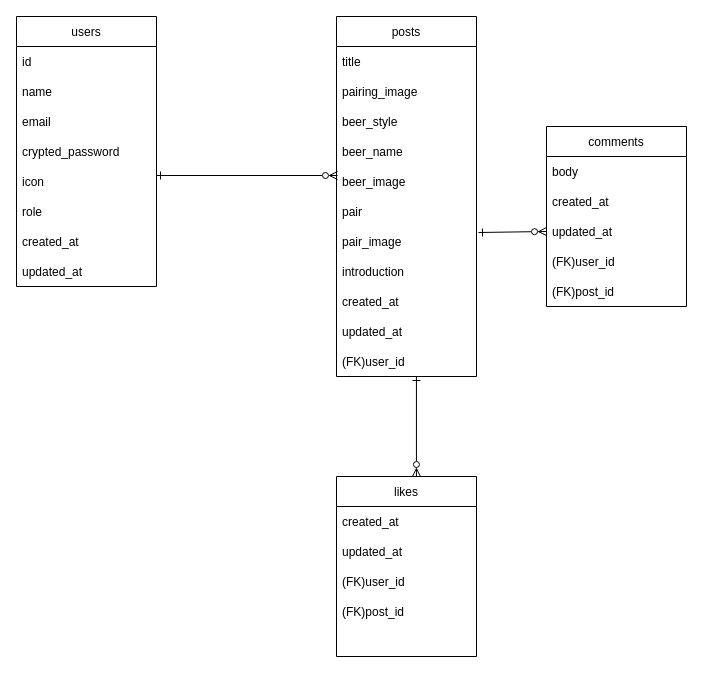
The draw.io diagram ER.drawio in ZumeShougo/beer_pair_view, before the edit. Source tidied: cells renumbered, new cells numbered last; positions are measured from the earlier drawing's top-left corner, leaving out a move shared by most shapes. Both pictures are drawn from the tidied source at 100%, with x=0, y=0 at pixel (16, 16).
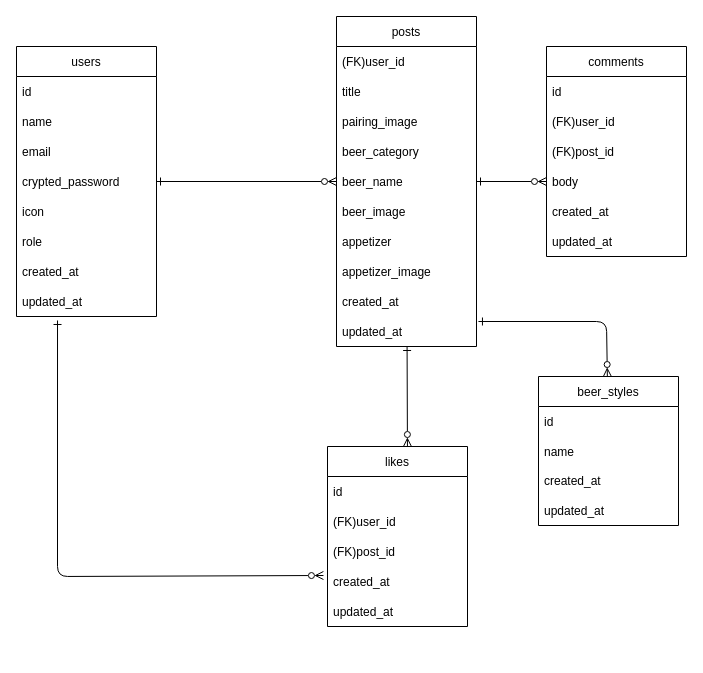
The same page after the edit.

Unchanged cells that the change refers to:
```xml
<mxCell id="10" value="updated_at" style="text;strokeColor=none;fillColor=none;align=left;verticalAlign=middle;spacingLeft=4;spacingRight=4;overflow=hidden;points=[[0,0.5],[1,0.5]];portConstraint=eastwest;" parent="2" vertex="1">
  <mxGeometry y="240" width="140" height="30" as="geometry" />
</mxCell>
<mxCell id="21" value="updated_at" style="text;strokeColor=none;fillColor=none;align=left;verticalAlign=middle;spacingLeft=4;spacingRight=4;overflow=hidden;points=[[0,0.5],[1,0.5]];portConstraint=eastwest;" parent="11" vertex="1">
  <mxGeometry y="300" width="140" height="30" as="geometry" />
</mxCell>
```

What changed in the source:
```diff
@@
     <mxCell id="2" value="users" style="swimlane;fontStyle=0;horizontal=1;startSize=30;" parent="1" vertex="1">
-      <mxGeometry width="140" height="270" as="geometry" />
+      <mxGeometry y="30" width="140" height="270" as="geometry" />
     </mxCell>
@@
     <mxCell id="11" value="posts" style="swimlane;fontStyle=0;horizontal=1;startSize=30;" parent="1" vertex="1">
-      <mxGeometry x="320" width="140" height="360" as="geometry" />
+      <mxGeometry x="320" width="140" height="330" as="geometry" />
     </mxCell>
+    <mxCell id="22" value="(FK)user_id" style="text;strokeColor=none;fillColor=none;align=left;verticalAlign=middle;spacingLeft=4;spacingRight=4;overflow=hidden;points=[[0,0.5],[1,0.5]];portConstraint=eastwest;" parent="11" vertex="1">
+      <mxGeometry y="30" width="140" height="30" as="geometry" />
+    </mxCell>
     <mxCell id="12" value="title" style="text;strokeColor=none;fillColor=none;align=left;verticalAlign=middle;spacingLeft=4;spacingRight=4;overflow=hidden;" parent="11" vertex="1">
-      <mxGeometry y="30" width="140" height="30" as="geometry" />
+      <mxGeometry y="60" width="140" height="30" as="geometry" />
     </mxCell>
     <mxCell id="13" value="pairing_image" style="text;strokeColor=none;fillColor=none;align=left;verticalAlign=middle;spacingLeft=4;spacingRight=4;overflow=hidden;" parent="11" vertex="1">
-      <mxGeometry y="60" width="140" height="30" as="geometry" />
+      <mxGeometry y="90" width="140" height="30" as="geometry" />
     </mxCell>
-    <mxCell id="14" value="beer_style" style="text;strokeColor=none;fillColor=none;align=left;verticalAlign=middle;spacingLeft=4;spacingRight=4;overflow=hidden;" parent="11" vertex="1">
-      <mxGeometry y="90" width="140" height="30" as="geometry" />
-    </mxCell>
+    <mxCell id="38" value="beer_category" style="text;strokeColor=none;fillColor=none;align=left;verticalAlign=middle;spacingLeft=4;spacingRight=4;overflow=hidden;" parent="11" vertex="1">
+      <mxGeometry y="120" width="140" height="30" as="geometry" />
+    </mxCell>
     <mxCell id="15" value="beer_name" style="text;strokeColor=none;fillColor=none;align=left;verticalAlign=middle;spacingLeft=4;spacingRight=4;overflow=hidden;" parent="11" vertex="1">
-      <mxGeometry y="120" width="140" height="30" as="geometry" />
+      <mxGeometry y="150" width="140" height="30" as="geometry" />
     </mxCell>
     <mxCell id="16" value="beer_image" style="text;strokeColor=none;fillColor=none;align=left;verticalAlign=middle;spacingLeft=4;spacingRight=4;overflow=hidden;points=[[0,0.5],[1,0.5]];portConstraint=eastwest;" parent="11" vertex="1">
-      <mxGeometry y="150" width="140" height="30" as="geometry" />
+      <mxGeometry y="180" width="140" height="30" as="geometry" />
     </mxCell>
-    <mxCell id="17" value="pair" style="text;strokeColor=none;fillColor=none;align=left;verticalAlign=middle;spacingLeft=4;spacingRight=4;overflow=hidden;" parent="11" vertex="1">
-      <mxGeometry y="180" width="140" height="30" as="geometry" />
+    <mxCell id="17" value="appetizer" style="text;strokeColor=none;fillColor=none;align=left;verticalAlign=middle;spacingLeft=4;spacingRight=4;overflow=hidden;" parent="11" vertex="1">
+      <mxGeometry y="210" width="140" height="30" as="geometry" />
     </mxCell>
-    <mxCell id="18" value="pair_image" style="text;strokeColor=none;fillColor=none;align=left;verticalAlign=middle;spacingLeft=4;spacingRight=4;overflow=hidden;points=[[0,0.5],[1,0.5]];portConstraint=eastwest;" parent="11" vertex="1">
-      <mxGeometry y="210" width="140" height="30" as="geometry" />
+    <mxCell id="18" value="appetizer_image" style="text;strokeColor=none;fillColor=none;align=left;verticalAlign=middle;spacingLeft=4;spacingRight=4;overflow=hidden;points=[[0,0.5],[1,0.5]];portConstraint=eastwest;" parent="11" vertex="1">
+      <mxGeometry y="240" width="140" height="30" as="geometry" />
     </mxCell>
-    <mxCell id="19" value="introduction" style="text;strokeColor=none;fillColor=none;align=left;verticalAlign=middle;spacingLeft=4;spacingRight=4;overflow=hidden;" parent="11" vertex="1">
-      <mxGeometry y="240" width="140" height="30" as="geometry" />
-    </mxCell>
@@
-    <mxCell id="22" value="(FK)user_id" style="text;strokeColor=none;fillColor=none;align=left;verticalAlign=middle;spacingLeft=4;spacingRight=4;overflow=hidden;points=[[0,0.5],[1,0.5]];portConstraint=eastwest;" parent="11" vertex="1">
-      <mxGeometry y="330" width="140" height="30" as="geometry" />
-    </mxCell>
     <mxCell id="23" value="likes" style="swimlane;fontStyle=0;horizontal=1;startSize=30;" parent="1" vertex="1">
-      <mxGeometry x="320" y="460" width="140" height="180" as="geometry" />
+      <mxGeometry x="311" y="430" width="140" height="180" as="geometry" />
     </mxCell>
+    <mxCell id="39" value="id" style="text;strokeColor=none;fillColor=none;align=left;verticalAlign=middle;spacingLeft=4;spacingRight=4;overflow=hidden;" parent="23" vertex="1">
+      <mxGeometry y="30" width="140" height="30" as="geometry" />
+    </mxCell>
+    <mxCell id="26" value="(FK)user_id" style="text;strokeColor=none;fillColor=none;align=left;verticalAlign=middle;spacingLeft=4;spacingRight=4;overflow=hidden;" parent="23" vertex="1">
+      <mxGeometry y="60" width="140" height="30" as="geometry" />
+    </mxCell>
+    <mxCell id="27" value="(FK)post_id" style="text;strokeColor=none;fillColor=none;align=left;verticalAlign=middle;spacingLeft=4;spacingRight=4;overflow=hidden;" parent="23" vertex="1">
+      <mxGeometry y="90" width="140" height="30" as="geometry" />
+    </mxCell>
     <mxCell id="24" value="created_at" style="text;strokeColor=none;fillColor=none;align=left;verticalAlign=middle;spacingLeft=4;spacingRight=4;overflow=hidden;points=[[0,0.5],[1,0.5]];portConstraint=eastwest;" parent="23" vertex="1">
-      <mxGeometry y="30" width="140" height="30" as="geometry" />
+      <mxGeometry y="120" width="140" height="30" as="geometry" />
     </mxCell>
     <mxCell id="25" value="updated_at" style="text;strokeColor=none;fillColor=none;align=left;verticalAlign=middle;spacingLeft=4;spacingRight=4;overflow=hidden;" parent="23" vertex="1">
-      <mxGeometry y="60" width="140" height="30" as="geometry" />
+      <mxGeometry y="150" width="140" height="30" as="geometry" />
     </mxCell>
-    <mxCell id="26" value="(FK)user_id" style="text;strokeColor=none;fillColor=none;align=left;verticalAlign=middle;spacingLeft=4;spacingRight=4;overflow=hidden;" parent="23" vertex="1">
-      <mxGeometry y="90" width="140" height="30" as="geometry" />
-    </mxCell>
-    <mxCell id="27" value="(FK)post_id" style="text;strokeColor=none;fillColor=none;align=left;verticalAlign=middle;spacingLeft=4;spacingRight=4;overflow=hidden;" parent="23" vertex="1">
-      <mxGeometry y="120" width="140" height="30" as="geometry" />
-    </mxCell>
-    <mxCell id="28" style="text;strokeColor=none;fillColor=none;align=left;verticalAlign=middle;spacingLeft=4;spacingRight=4;overflow=hidden;" parent="23" vertex="1">
-      <mxGeometry y="150" width="140" height="30" as="geometry" />
-    </mxCell>
     <mxCell id="29" value="comments" style="swimlane;fontStyle=0;horizontal=1;startSize=30;" parent="1" vertex="1">
-      <mxGeometry x="530" y="110" width="140" height="180" as="geometry" />
+      <mxGeometry x="530" y="30" width="140" height="210" as="geometry" />
     </mxCell>
+    <mxCell id="40" value="id" style="text;strokeColor=none;fillColor=none;align=left;verticalAlign=middle;spacingLeft=4;spacingRight=4;overflow=hidden;" parent="29" vertex="1">
+      <mxGeometry y="30" width="140" height="30" as="geometry" />
+    </mxCell>
+    <mxCell id="33" value="(FK)user_id" style="text;strokeColor=none;fillColor=none;align=left;verticalAlign=middle;spacingLeft=4;spacingRight=4;overflow=hidden;" parent="29" vertex="1">
+      <mxGeometry y="60" width="140" height="30" as="geometry" />
+    </mxCell>
+    <mxCell id="34" value="(FK)post_id" style="text;strokeColor=none;fillColor=none;align=left;verticalAlign=middle;spacingLeft=4;spacingRight=4;overflow=hidden;" parent="29" vertex="1">
+      <mxGeometry y="90" width="140" height="30" as="geometry" />
+    </mxCell>
     <mxCell id="30" value="body" style="text;strokeColor=none;fillColor=none;align=left;verticalAlign=middle;spacingLeft=4;spacingRight=4;overflow=hidden;points=[[0,0.5],[1,0.5]];portConstraint=eastwest;" parent="29" vertex="1">
-      <mxGeometry y="30" width="140" height="30" as="geometry" />
+      <mxGeometry y="120" width="140" height="30" as="geometry" />
     </mxCell>
     <mxCell id="31" value="created_at" style="text;strokeColor=none;fillColor=none;align=left;verticalAlign=middle;spacingLeft=4;spacingRight=4;overflow=hidden;" parent="29" vertex="1">
-      <mxGeometry y="60" width="140" height="30" as="geometry" />
+      <mxGeometry y="150" width="140" height="30" as="geometry" />
     </mxCell>
     <mxCell id="32" value="updated_at" style="text;strokeColor=none;fillColor=none;align=left;verticalAlign=middle;spacingLeft=4;spacingRight=4;overflow=hidden;points=[[0,0.5],[1,0.5]];portConstraint=eastwest;" parent="29" vertex="1">
-      <mxGeometry y="90" width="140" height="30" as="geometry" />
+      <mxGeometry y="180" width="140" height="30" as="geometry" />
     </mxCell>
-    <mxCell id="33" value="(FK)user_id" style="text;strokeColor=none;fillColor=none;align=left;verticalAlign=middle;spacingLeft=4;spacingRight=4;overflow=hidden;" parent="29" vertex="1">
-      <mxGeometry y="120" width="140" height="30" as="geometry" />
-    </mxCell>
-    <mxCell id="34" value="(FK)post_id" style="text;strokeColor=none;fillColor=none;align=left;verticalAlign=middle;spacingLeft=4;spacingRight=4;overflow=hidden;" parent="29" vertex="1">
-      <mxGeometry y="150" width="140" height="30" as="geometry" />
-    </mxCell>
-    <mxCell id="35" style="endArrow=ERzeroToMany;html=1;entryX=0.007;entryY=0.3;entryDx=0;entryDy=0;entryPerimeter=0;startArrow=ERone;startFill=0;endFill=0;" parent="1" edge="1" target="16">
-      <mxGeometry relative="1" as="geometry">
-        <mxPoint x="140" y="159" as="sourcePoint" />
-      </mxGeometry>
+    <mxCell id="35" style="endArrow=ERzeroToMany;html=1;startArrow=ERone;startFill=0;endFill=0;" parent="1" edge="1" source="2" target="11">
+      <mxGeometry relative="1" as="geometry" />
     </mxCell>
-    <mxCell id="36" style="endArrow=ERzeroToMany;html=1;entryX=0;entryY=0.5;entryDx=0;entryDy=0;exitX=1.014;exitY=0.2;exitDx=0;exitDy=0;exitPerimeter=0;startArrow=ERone;startFill=0;endFill=0;" parent="1" edge="1" source="18" target="32">
+    <mxCell id="36" style="endArrow=ERzeroToMany;html=1;entryX=0;entryY=0.5;entryDx=0;entryDy=0;startArrow=ERone;startFill=0;endFill=0;" parent="1" edge="1" source="11" target="30">
       <mxGeometry relative="1" as="geometry" />
     </mxCell>
-    <mxCell id="37" style="endArrow=ERone;html=1;exitX=0.571;exitY=0;exitDx=0;exitDy=0;exitPerimeter=0;entryX=0.571;entryY=1;entryDx=0;entryDy=0;entryPerimeter=0;startArrow=ERzeroToMany;startFill=0;endFill=0;" parent="1" edge="1" source="23" target="22">
+    <mxCell id="37" style="endArrow=ERone;html=1;exitX=0.571;exitY=0;exitDx=0;exitDy=0;exitPerimeter=0;startArrow=ERzeroToMany;startFill=0;endFill=0;" parent="1" edge="1" source="23" target="11">
       <mxGeometry relative="1" as="geometry" />
     </mxCell>
+    <mxCell id="41" style="endArrow=ERone;html=1;entryX=0.293;entryY=1.133;entryDx=0;entryDy=0;entryPerimeter=0;exitX=-0.029;exitY=0.3;exitDx=0;exitDy=0;exitPerimeter=0;startArrow=ERzeroToMany;startFill=0;endFill=0;" parent="1" edge="1" source="24" target="10">
+      <mxGeometry relative="1" as="geometry">
+        <Array as="points">
+          <mxPoint x="41" y="560" />
+        </Array>
+      </mxGeometry>
+    </mxCell>
+    <mxCell id="42" value="beer_styles" style="swimlane;fontStyle=0;horizontal=1;startSize=30;" parent="1" vertex="1">
+      <mxGeometry x="522" y="360" width="140" height="149" as="geometry" />
+    </mxCell>
+    <mxCell id="43" value="id" style="text;strokeColor=none;fillColor=none;align=left;verticalAlign=middle;spacingLeft=4;spacingRight=4;overflow=hidden;" parent="42" vertex="1">
+      <mxGeometry y="30" width="140" height="30" as="geometry" />
+    </mxCell>
+    <mxCell id="44" value="name" style="text;strokeColor=none;fillColor=none;align=left;verticalAlign=middle;spacingLeft=4;spacingRight=4;overflow=hidden;" parent="42" vertex="1">
+      <mxGeometry y="60" width="140" height="29" as="geometry" />
+    </mxCell>
+    <mxCell id="45" value="created_at" style="text;strokeColor=none;fillColor=none;align=left;verticalAlign=middle;spacingLeft=4;spacingRight=4;overflow=hidden;" parent="42" vertex="1">
+      <mxGeometry y="89" width="140" height="30" as="geometry" />
+    </mxCell>
+    <mxCell id="46" value="updated_at" style="text;strokeColor=none;fillColor=none;align=left;verticalAlign=middle;spacingLeft=4;spacingRight=4;overflow=hidden;" parent="42" vertex="1">
+      <mxGeometry y="119" width="140" height="30" as="geometry" />
+    </mxCell>
+    <mxCell id="47" style="endArrow=ERone;html=1;entryX=1.014;entryY=0.167;entryDx=0;entryDy=0;entryPerimeter=0;startArrow=ERzeroToMany;startFill=0;endFill=0;" parent="1" edge="1" source="42" target="21">
+      <mxGeometry relative="1" as="geometry">
+        <Array as="points">
+          <mxPoint x="590" y="305" />
+        </Array>
+      </mxGeometry>
+    </mxCell>
```
